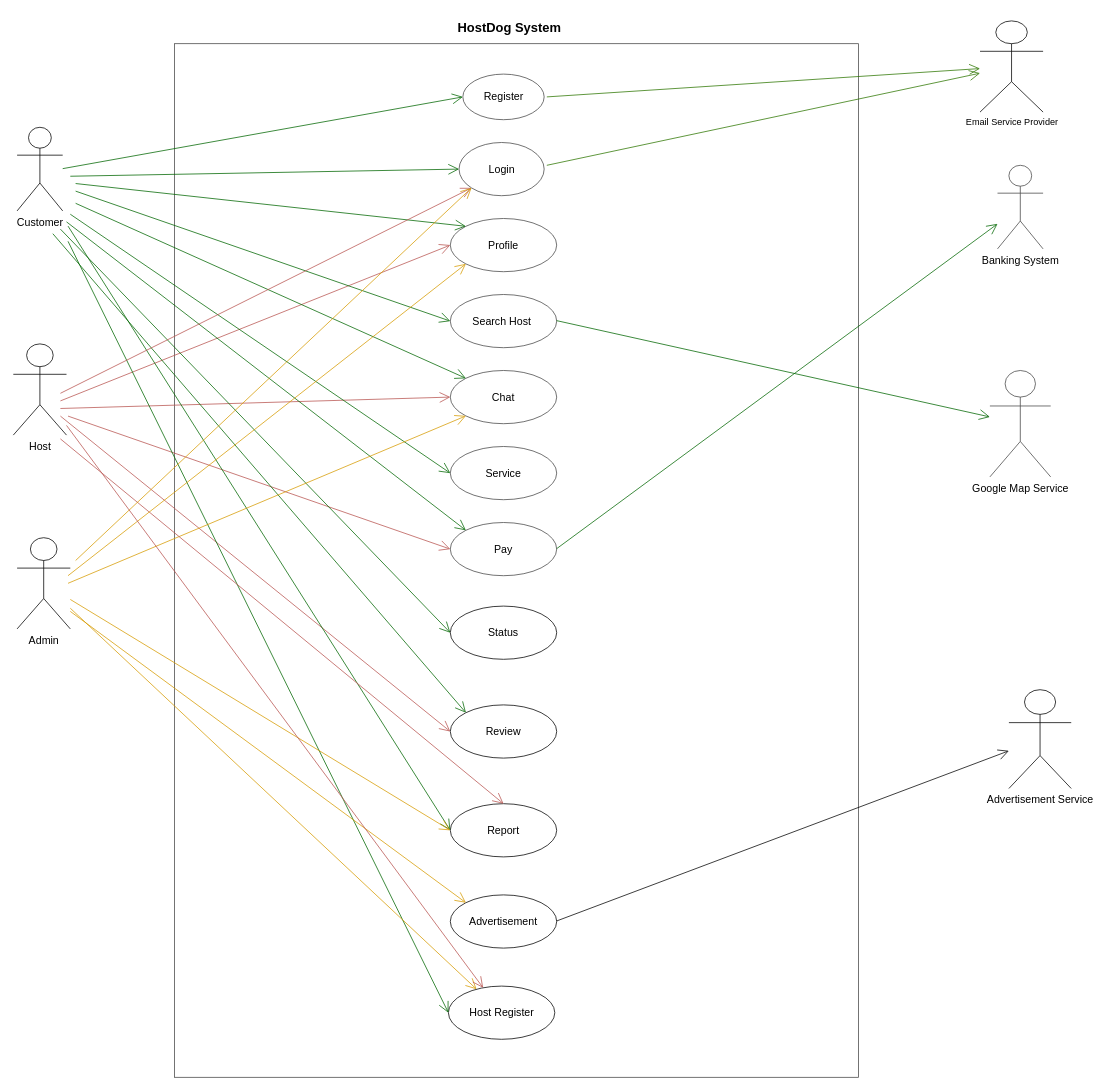
This is page "UseCaseDiagram" (1 of 3) of ProjectProcesses/HostDog_6UML/UML.drawio from Hostdogs/Project_Hostdog, a draw.io file, before an edit. Source tidied: cells renumbered, new cells numbered last; positions are measured from the earlier drawing's top-left corner, leaving out a move shared by most shapes. Both pictures are drawn from the tidied source at 76%, with x=0, y=0 at pixel (13, 13).
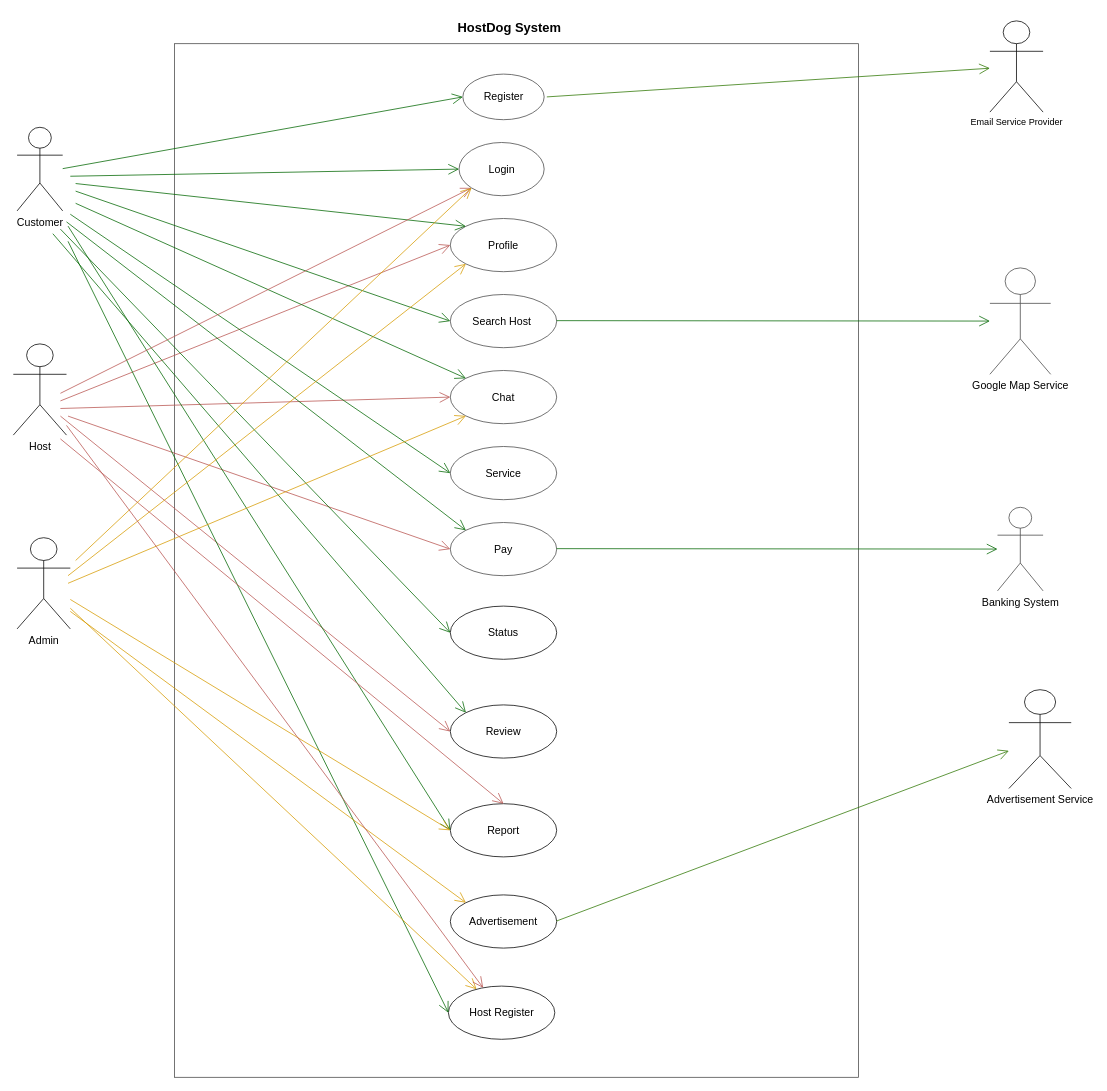
After the change.

Unchanged cells that the change refers to:
```xml
<mxCell id="43" value="Advertisement Service" style="shape=umlActor;verticalLabelPosition=bottom;verticalAlign=top;html=1;fontSize=14;" parent="1" vertex="1">
  <mxGeometry x="1310" y="890" width="82" height="130" as="geometry" />
</mxCell>
```

What changed in the source:
```diff
@@
     <mxCell id="3" value="&lt;font style=&quot;font-size: 14px;&quot;&gt;Banking System&lt;/font&gt;" style="shape=umlActor;verticalLabelPosition=bottom;verticalAlign=top;html=1;strokeColor=#474747;fontSize=14;" parent="1" vertex="1">
-      <mxGeometry x="1295" y="200" width="60" height="110" as="geometry" />
+      <mxGeometry x="1295" y="650" width="60" height="110" as="geometry" />
     </mxCell>
@@
     <mxCell id="11" value="&lt;font style=&quot;font-size: 14px;&quot;&gt;Google Map Service&lt;/font&gt;" style="shape=umlActor;verticalLabelPosition=bottom;verticalAlign=top;html=1;strokeColor=#474747;fontSize=14;" parent="1" vertex="1">
-      <mxGeometry x="1285" y="470" width="80" height="140" as="geometry" />
+      <mxGeometry x="1285" y="335" width="80" height="140" as="geometry" />
     </mxCell>
@@
-    <mxCell id="45" style="endArrow=open;endFill=1;endSize=12;html=1;fontSize=14;" parent="1" edge="1" target="43">
+    <mxCell id="45" style="endArrow=open;endFill=1;endSize=12;html=1;fontSize=14;fillColor=#60a917;strokeColor=#2D7600;" parent="1" edge="1" target="43">
       <mxGeometry relative="1" as="geometry">
         <mxPoint x="715" y="1194.3" as="sourcePoint" />
       </mxGeometry>
     </mxCell>
@@
     <mxCell id="49" value="Email Service Provider" style="shape=umlActor;verticalLabelPosition=bottom;verticalAlign=top;html=1;" parent="1" vertex="1">
-      <mxGeometry x="1272" y="10" width="83" height="120" as="geometry" />
+      <mxGeometry x="1285" y="10" width="70" height="120" as="geometry" />
     </mxCell>
@@
-    <mxCell id="51" style="endArrow=open;endFill=1;endSize=12;html=1;fillColor=#60a917;strokeColor=#2D7600;" parent="1" edge="1" target="49">
-      <mxGeometry relative="1" as="geometry">
-        <mxPoint x="702" y="200" as="sourcePoint" />
-      </mxGeometry>
-    </mxCell>
```
